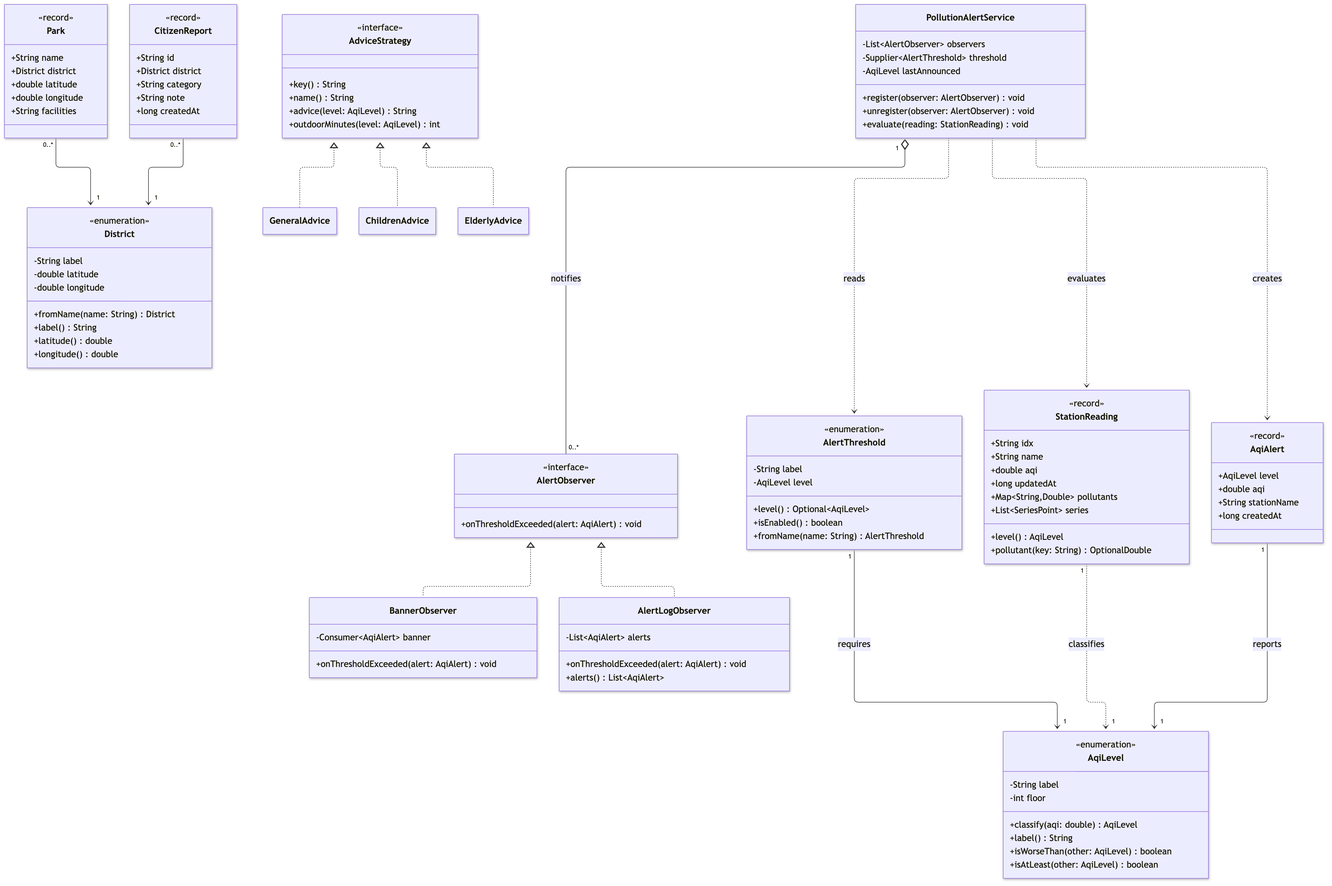
Before: docs/diagrams/class-diagram-core.png, a diagram exported from Mermaid (melvinchia3636/sc-assignment). Its source is kept beside it as docs/diagrams/class-diagram-core.mmd.
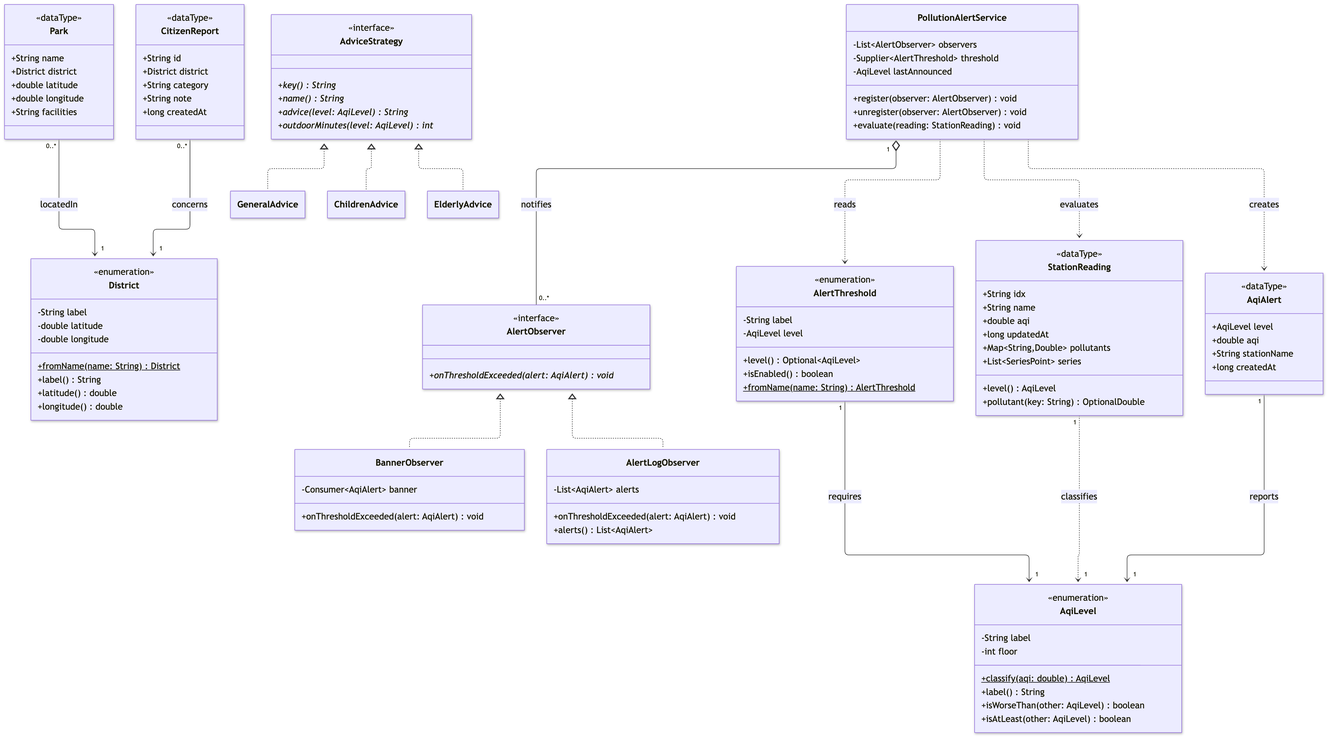
The same diagram one commit later.

Commit message:
docs: use standard UML stereotypes in the class diagrams

What changed in the source:
```diff
@@ -12,7 +12,7 @@
         -String label
         -double latitude
         -double longitude
-        +fromName(name: String) District
+        +fromName(name: String) District$
         +label() String
         +latitude() double
         +longitude() double
@@ -22,14 +22,14 @@
         <<enumeration>>
         -String label
         -int floor
-        +classify(aqi: double) AqiLevel
+        +classify(aqi: double) AqiLevel$
         +label() String
         +isWorseThan(other: AqiLevel) boolean
         +isAtLeast(other: AqiLevel) boolean
     }
 
     class StationReading {
-        <<record>>
+        <<dataType>>
         +String idx
         +String name
         +double aqi
@@ -41,7 +41,7 @@
     }
 
     class Park {
-        <<record>>
+        <<dataType>>
         +String name
         +District district
         +double latitude
@@ -50,7 +50,7 @@
     }
 
     class CitizenReport {
-        <<record>>
+        <<dataType>>
         +String id
         +District district
         +String category
@@ -64,15 +64,15 @@
         -AqiLevel level
         +level() Optional~AqiLevel~
         +isEnabled() boolean
-        +fromName(name: String) AlertThreshold
+        +fromName(name: String) AlertThreshold$
     }
 
     class AdviceStrategy {
         <<interface>>
-        +key() String
-        +name() String
-        +advice(level: AqiLevel) String
-        +outdoorMinutes(level: AqiLevel) int
+        +key() String*
+        +name() String*
+        +advice(level: AqiLevel) String*
+        +outdoorMinutes(level: AqiLevel) int*
     }
 
     class GeneralAdvice
@@ -81,7 +81,7 @@
 
     class AlertObserver {
         <<interface>>
-        +onThresholdExceeded(alert: AqiAlert) void
+        +onThresholdExceeded(alert: AqiAlert) void*
     }
 
     class BannerObserver {
@@ -96,7 +96,7 @@
     }
 
     class AqiAlert {
-        <<record>>
+        <<dataType>>
         +AqiLevel level
         +double aqi
         +String stationName
@@ -120,8 +120,8 @@
     AlertObserver <|.. AlertLogObserver
 
     StationReading "1" ..> "1" AqiLevel : classifies
-    Park "0..*" --> "1" District
-    CitizenReport "0..*" --> "1" District
+    Park "0..*" --> "1" District : locatedIn
+    CitizenReport "0..*" --> "1" District : concerns
     AlertThreshold "1" --> "1" AqiLevel : requires
     AqiAlert "1" --> "1" AqiLevel : reports
     PollutionAlertService "1" o-- "0..*" AlertObserver : notifies
```
